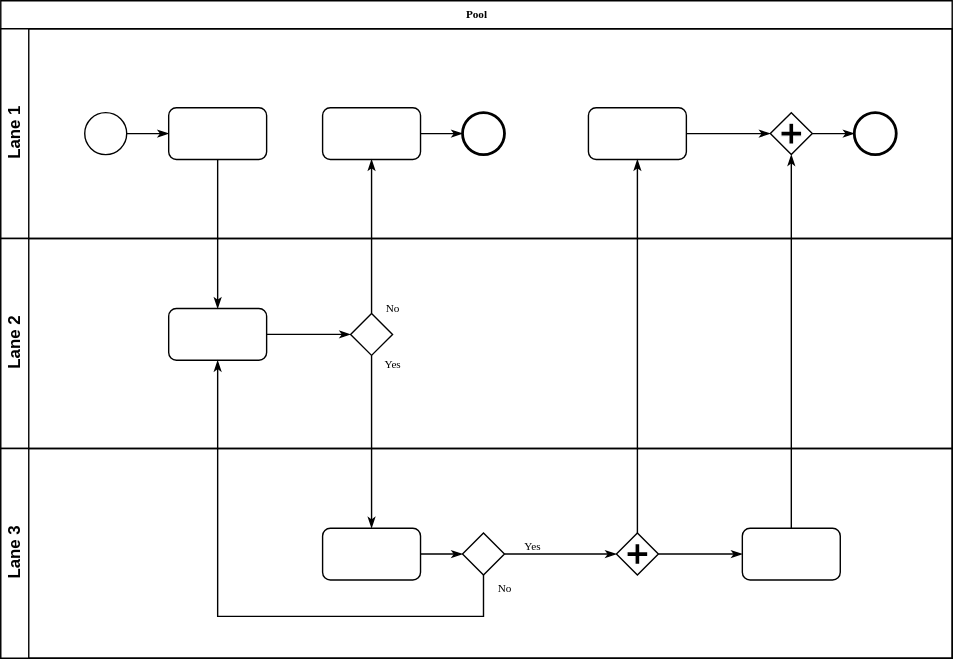
joalrope/Airnbn-Clone keeps this draw.io diagram as images/Untitled Diagram.svg. Above is the earlier version. Source tidied: cells renumbered, new cells last; positions are measured from the earlier drawing's top-left corner, leaving out a move shared by most shapes. Its diagram source:
```xml
<mxGraphModel background="#ffffff">
  <root>
    <mxCell id="0" />
    <mxCell id="1" parent="0" />
    <mxCell id="2" value="Pool" style="swimlane;html=1;horizontal=1;startSize=20;rounded=0;shadow=0;labelBackgroundColor=none;strokeWidth=1;fontFamily=Verdana;fontSize=8;align=center;" parent="1" vertex="1">
      <mxGeometry width="680" height="470" as="geometry" />
    </mxCell>
    <mxCell id="3" value="Lane 1" style="swimlane;html=1;startSize=20;horizontal=0;" parent="2" vertex="1">
      <mxGeometry y="20" width="680" height="150" as="geometry" />
    </mxCell>
    <mxCell id="4" style="edgeStyle=orthogonalEdgeStyle;rounded=0;html=1;labelBackgroundColor=none;startArrow=none;startFill=0;startSize=5;endArrow=classicThin;endFill=1;endSize=5;jettySize=auto;strokeWidth=1;fontFamily=Verdana;fontSize=8;" parent="3" edge="1" source="5" target="6">
      <mxGeometry relative="1" as="geometry" />
    </mxCell>
    <mxCell id="5" style="ellipse;whiteSpace=wrap;html=1;rounded=0;shadow=0;labelBackgroundColor=none;strokeWidth=1;fontFamily=Verdana;fontSize=8;align=center;" parent="3" vertex="1">
      <mxGeometry x="60" y="60" width="30" height="30" as="geometry" />
    </mxCell>
    <mxCell id="6" style="rounded=1;whiteSpace=wrap;html=1;shadow=0;labelBackgroundColor=none;strokeWidth=1;fontFamily=Verdana;fontSize=8;align=center;" parent="3" vertex="1">
      <mxGeometry x="120" y="56.5" width="70" height="37" as="geometry" />
    </mxCell>
    <mxCell id="7" style="edgeStyle=orthogonalEdgeStyle;rounded=0;html=1;labelBackgroundColor=none;startArrow=none;startFill=0;startSize=5;endArrow=classicThin;endFill=1;endSize=5;jettySize=auto;strokeWidth=1;fontFamily=Verdana;fontSize=8;" parent="3" edge="1" source="8" target="9">
      <mxGeometry relative="1" as="geometry" />
    </mxCell>
    <mxCell id="8" style="rounded=1;whiteSpace=wrap;html=1;shadow=0;labelBackgroundColor=none;strokeWidth=1;fontFamily=Verdana;fontSize=8;align=center;" parent="3" vertex="1">
      <mxGeometry x="230" y="56.5" width="70" height="37" as="geometry" />
    </mxCell>
    <mxCell id="9" style="ellipse;whiteSpace=wrap;html=1;rounded=0;shadow=0;labelBackgroundColor=none;strokeWidth=2;fontFamily=Verdana;fontSize=8;align=center;" parent="3" vertex="1">
      <mxGeometry x="330" y="60" width="30" height="30" as="geometry" />
    </mxCell>
    <mxCell id="10" style="edgeStyle=orthogonalEdgeStyle;rounded=0;html=1;entryX=0;entryY=0.5;labelBackgroundColor=none;startArrow=none;startFill=0;startSize=5;endArrow=classicThin;endFill=1;endSize=5;jettySize=auto;strokeWidth=1;fontFamily=Verdana;fontSize=8;" parent="3" edge="1" source="11" target="13">
      <mxGeometry relative="1" as="geometry" />
    </mxCell>
    <mxCell id="11" style="rounded=1;whiteSpace=wrap;html=1;shadow=0;labelBackgroundColor=none;strokeWidth=1;fontFamily=Verdana;fontSize=8;align=center;" parent="3" vertex="1">
      <mxGeometry x="420" y="56.5" width="70" height="37" as="geometry" />
    </mxCell>
    <mxCell id="12" style="edgeStyle=orthogonalEdgeStyle;rounded=0;html=1;labelBackgroundColor=none;startArrow=none;startFill=0;startSize=5;endArrow=classicThin;endFill=1;endSize=5;jettySize=auto;strokeWidth=1;fontFamily=Verdana;fontSize=8;" parent="3" edge="1" source="13" target="14">
      <mxGeometry relative="1" as="geometry" />
    </mxCell>
    <mxCell id="13" style="shape=mxgraph.bpmn.shape;html=1;verticalLabelPosition=bottom;labelBackgroundColor=#ffffff;verticalAlign=top;perimeter=rhombusPerimeter;background=gateway;outline=none;symbol=parallelGw;rounded=1;shadow=0;strokeWidth=1;fontFamily=Verdana;fontSize=8;align=center;" parent="3" vertex="1">
      <mxGeometry x="550" y="60" width="30" height="30" as="geometry" />
    </mxCell>
    <mxCell id="14" style="ellipse;whiteSpace=wrap;html=1;rounded=0;shadow=0;labelBackgroundColor=none;strokeWidth=2;fontFamily=Verdana;fontSize=8;align=center;" parent="3" vertex="1">
      <mxGeometry x="610" y="60" width="30" height="30" as="geometry" />
    </mxCell>
    <mxCell id="15" value="Lane 2" style="swimlane;html=1;startSize=20;horizontal=0;" parent="2" vertex="1">
      <mxGeometry y="170" width="680" height="150" as="geometry" />
    </mxCell>
    <mxCell id="16" style="edgeStyle=orthogonalEdgeStyle;rounded=0;html=1;labelBackgroundColor=none;startArrow=none;startFill=0;startSize=5;endArrow=classicThin;endFill=1;endSize=5;jettySize=auto;strokeWidth=1;fontFamily=Verdana;fontSize=8;" parent="15" edge="1" source="17" target="18">
      <mxGeometry relative="1" as="geometry" />
    </mxCell>
    <mxCell id="17" style="rounded=1;whiteSpace=wrap;html=1;shadow=0;labelBackgroundColor=none;strokeWidth=1;fontFamily=Verdana;fontSize=8;align=center;" parent="15" vertex="1">
      <mxGeometry x="120" y="50" width="70" height="37" as="geometry" />
    </mxCell>
    <mxCell id="18" style="strokeWidth=1;html=1;shape=mxgraph.flowchart.decision;whiteSpace=wrap;rounded=1;shadow=0;labelBackgroundColor=none;fontFamily=Verdana;fontSize=8;align=center;" parent="15" vertex="1">
      <mxGeometry x="250" y="53.5" width="30" height="30" as="geometry" />
    </mxCell>
    <mxCell id="19" value="Lane 3" style="swimlane;html=1;startSize=20;horizontal=0;" parent="2" vertex="1">
      <mxGeometry y="320" width="680" height="150" as="geometry" />
    </mxCell>
    <mxCell id="20" style="edgeStyle=orthogonalEdgeStyle;rounded=0;html=1;labelBackgroundColor=none;startArrow=none;startFill=0;startSize=5;endArrow=classicThin;endFill=1;endSize=5;jettySize=auto;strokeWidth=1;fontFamily=Verdana;fontSize=8;" parent="19" edge="1" source="21" target="23">
      <mxGeometry relative="1" as="geometry" />
    </mxCell>
    <mxCell id="21" style="rounded=1;whiteSpace=wrap;html=1;shadow=0;labelBackgroundColor=none;strokeWidth=1;fontFamily=Verdana;fontSize=8;align=center;" parent="19" vertex="1">
      <mxGeometry x="230" y="57" width="70" height="37" as="geometry" />
    </mxCell>
    <mxCell id="22" value="Yes" style="edgeStyle=orthogonalEdgeStyle;rounded=0;html=1;entryX=0;entryY=0.5;labelBackgroundColor=none;startArrow=none;startFill=0;startSize=5;endArrow=classicThin;endFill=1;endSize=5;jettySize=auto;strokeWidth=1;fontFamily=Verdana;fontSize=8;" parent="19" edge="1" source="23" target="25">
      <mxGeometry x="-0.5" y="6" relative="1" as="geometry" />
    </mxCell>
    <mxCell id="23" style="strokeWidth=1;html=1;shape=mxgraph.flowchart.decision;whiteSpace=wrap;rounded=1;shadow=0;labelBackgroundColor=none;fontFamily=Verdana;fontSize=8;align=center;" parent="19" vertex="1">
      <mxGeometry x="330" y="60.5" width="30" height="30" as="geometry" />
    </mxCell>
    <mxCell id="24" style="edgeStyle=orthogonalEdgeStyle;rounded=0;html=1;labelBackgroundColor=none;startArrow=none;startFill=0;startSize=5;endArrow=classicThin;endFill=1;endSize=5;jettySize=auto;strokeColor=#000000;strokeWidth=1;fontFamily=Verdana;fontSize=8;fontColor=#000000;" parent="19" edge="1" source="25" target="26">
      <mxGeometry relative="1" as="geometry" />
    </mxCell>
    <mxCell id="25" style="shape=mxgraph.bpmn.shape;html=1;verticalLabelPosition=bottom;labelBackgroundColor=#ffffff;verticalAlign=top;perimeter=rhombusPerimeter;background=gateway;outline=none;symbol=parallelGw;rounded=1;shadow=0;strokeWidth=1;fontFamily=Verdana;fontSize=8;align=center;" parent="19" vertex="1">
      <mxGeometry x="440" y="60.5" width="30" height="30" as="geometry" />
    </mxCell>
    <mxCell id="26" style="rounded=1;whiteSpace=wrap;html=1;shadow=0;labelBackgroundColor=none;strokeWidth=1;fontFamily=Verdana;fontSize=8;align=center;" parent="19" vertex="1">
      <mxGeometry x="530" y="57" width="70" height="37" as="geometry" />
    </mxCell>
    <mxCell id="27" style="edgeStyle=orthogonalEdgeStyle;rounded=0;html=1;labelBackgroundColor=none;startArrow=none;startFill=0;startSize=5;endArrow=classicThin;endFill=1;endSize=5;jettySize=auto;strokeWidth=1;fontFamily=Verdana;fontSize=8;" parent="2" edge="1" source="6" target="17">
      <mxGeometry relative="1" as="geometry" />
    </mxCell>
    <mxCell id="28" value="No" style="edgeStyle=orthogonalEdgeStyle;rounded=0;html=1;labelBackgroundColor=none;startArrow=none;startFill=0;startSize=5;endArrow=classicThin;endFill=1;endSize=5;jettySize=auto;strokeWidth=1;fontFamily=Verdana;fontSize=8;" parent="2" edge="1" source="18" target="8">
      <mxGeometry x="-0.94" y="-15" relative="1" as="geometry" />
    </mxCell>
    <mxCell id="29" value="Yes" style="edgeStyle=orthogonalEdgeStyle;rounded=0;html=1;labelBackgroundColor=none;startArrow=none;startFill=0;startSize=5;endArrow=classicThin;endFill=1;endSize=5;jettySize=auto;strokeWidth=1;fontFamily=Verdana;fontSize=8;" parent="2" edge="1" source="18" target="21">
      <mxGeometry x="-0.89" y="15" relative="1" as="geometry" />
    </mxCell>
    <mxCell id="30" style="edgeStyle=orthogonalEdgeStyle;rounded=0;html=1;entryX=0.5;entryY=1;labelBackgroundColor=none;startArrow=none;startFill=0;startSize=5;endArrow=classicThin;endFill=1;endSize=5;jettySize=auto;strokeWidth=1;fontFamily=Verdana;fontSize=8;" parent="2" edge="1" source="26" target="13">
      <mxGeometry relative="1" as="geometry" />
    </mxCell>
    <mxCell id="31" value="No" style="edgeStyle=orthogonalEdgeStyle;rounded=0;html=1;labelBackgroundColor=none;startArrow=none;startFill=0;startSize=5;endArrow=classicThin;endFill=1;endSize=5;jettySize=auto;strokeWidth=1;fontFamily=Verdana;fontSize=8;" parent="2" edge="1" source="23" target="17">
      <mxGeometry x="-0.95" y="15" relative="1" as="geometry">
        <Array as="points">
          <mxPoint x="345" y="440" />
          <mxPoint x="155" y="440" />
        </Array>
      </mxGeometry>
    </mxCell>
    <mxCell id="32" style="edgeStyle=orthogonalEdgeStyle;rounded=0;html=1;labelBackgroundColor=none;startArrow=none;startFill=0;startSize=5;endArrow=classicThin;endFill=1;endSize=5;jettySize=auto;strokeWidth=1;fontFamily=Verdana;fontSize=8;" parent="2" edge="1" source="25" target="11">
      <mxGeometry relative="1" as="geometry" />
    </mxCell>
  </root>
</mxGraphModel>
```
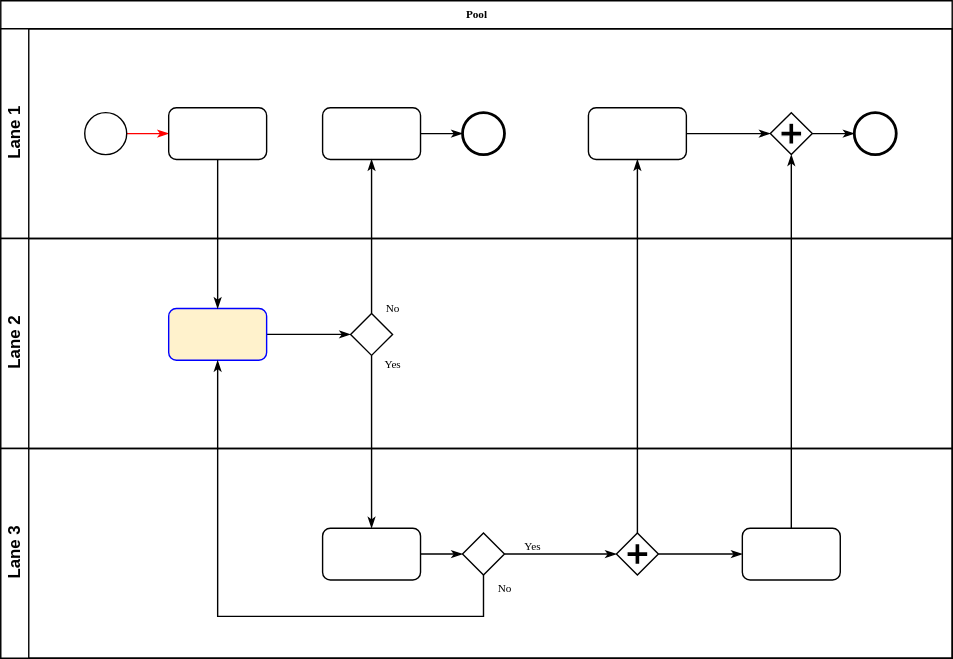
The same file after the commit.

Diff of the diagram source:
```diff
@@ -8,7 +8,7 @@
     <mxCell id="3" value="Lane 1" style="swimlane;html=1;startSize=20;horizontal=0;" parent="2" vertex="1">
       <mxGeometry y="20" width="680" height="150" as="geometry" />
     </mxCell>
-    <mxCell id="4" style="edgeStyle=orthogonalEdgeStyle;rounded=0;html=1;labelBackgroundColor=none;startArrow=none;startFill=0;startSize=5;endArrow=classicThin;endFill=1;endSize=5;jettySize=auto;strokeWidth=1;fontFamily=Verdana;fontSize=8;" parent="3" edge="1" source="5" target="6">
+    <mxCell id="4" style="edgeStyle=orthogonalEdgeStyle;rounded=0;html=1;labelBackgroundColor=none;startArrow=none;startFill=0;startSize=5;endArrow=classicThin;endFill=1;endSize=5;jettySize=auto;strokeWidth=1;fontFamily=Verdana;fontSize=8;strokeColor=#FF0000;" parent="3" edge="1" source="5" target="6">
       <mxGeometry relative="1" as="geometry" />
     </mxCell>
     <mxCell id="5" style="ellipse;whiteSpace=wrap;html=1;rounded=0;shadow=0;labelBackgroundColor=none;strokeWidth=1;fontFamily=Verdana;fontSize=8;align=center;" parent="3" vertex="1">
@@ -47,7 +47,7 @@
     <mxCell id="16" style="edgeStyle=orthogonalEdgeStyle;rounded=0;html=1;labelBackgroundColor=none;startArrow=none;startFill=0;startSize=5;endArrow=classicThin;endFill=1;endSize=5;jettySize=auto;strokeWidth=1;fontFamily=Verdana;fontSize=8;" parent="15" edge="1" source="17" target="18">
       <mxGeometry relative="1" as="geometry" />
     </mxCell>
-    <mxCell id="17" style="rounded=1;whiteSpace=wrap;html=1;shadow=0;labelBackgroundColor=none;strokeWidth=1;fontFamily=Verdana;fontSize=8;align=center;" parent="15" vertex="1">
+    <mxCell id="17" style="rounded=1;whiteSpace=wrap;html=1;shadow=0;labelBackgroundColor=none;strokeWidth=1;fontFamily=Verdana;fontSize=8;align=center;fillColor=#fff2cc;strokeColor=#0000FF;" parent="15" vertex="1">
       <mxGeometry x="120" y="50" width="70" height="37" as="geometry" />
     </mxCell>
     <mxCell id="18" style="strokeWidth=1;html=1;shape=mxgraph.flowchart.decision;whiteSpace=wrap;rounded=1;shadow=0;labelBackgroundColor=none;fontFamily=Verdana;fontSize=8;align=center;" parent="15" vertex="1">
```
